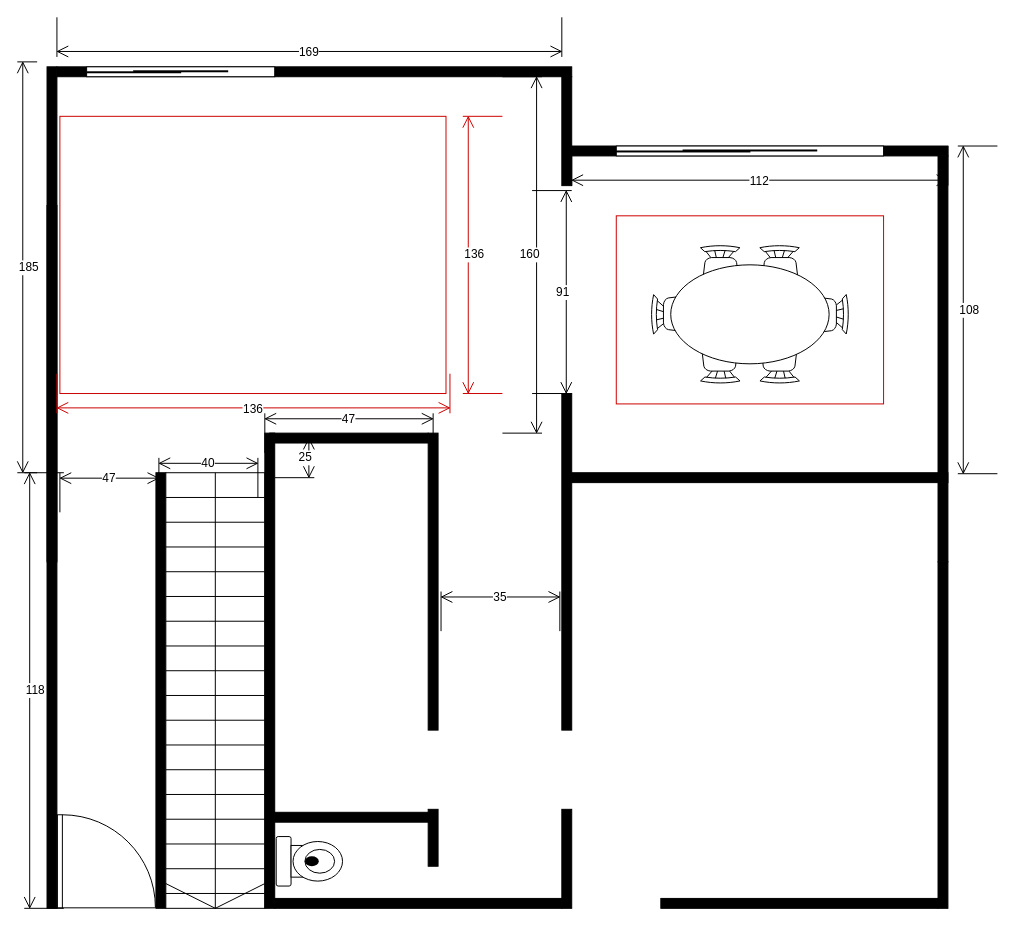
This is Untitled Diagram.drawio from jiangtao7/draw.io, a draw.io file, before an edit. Source tidied: cells renumbered, new cells numbered last; positions are measured from the earlier drawing's top-left corner, leaving out a move shared by most shapes. Both pictures are drawn from the tidied source at 99%, with x=0, y=0 at pixel (-196, 17).
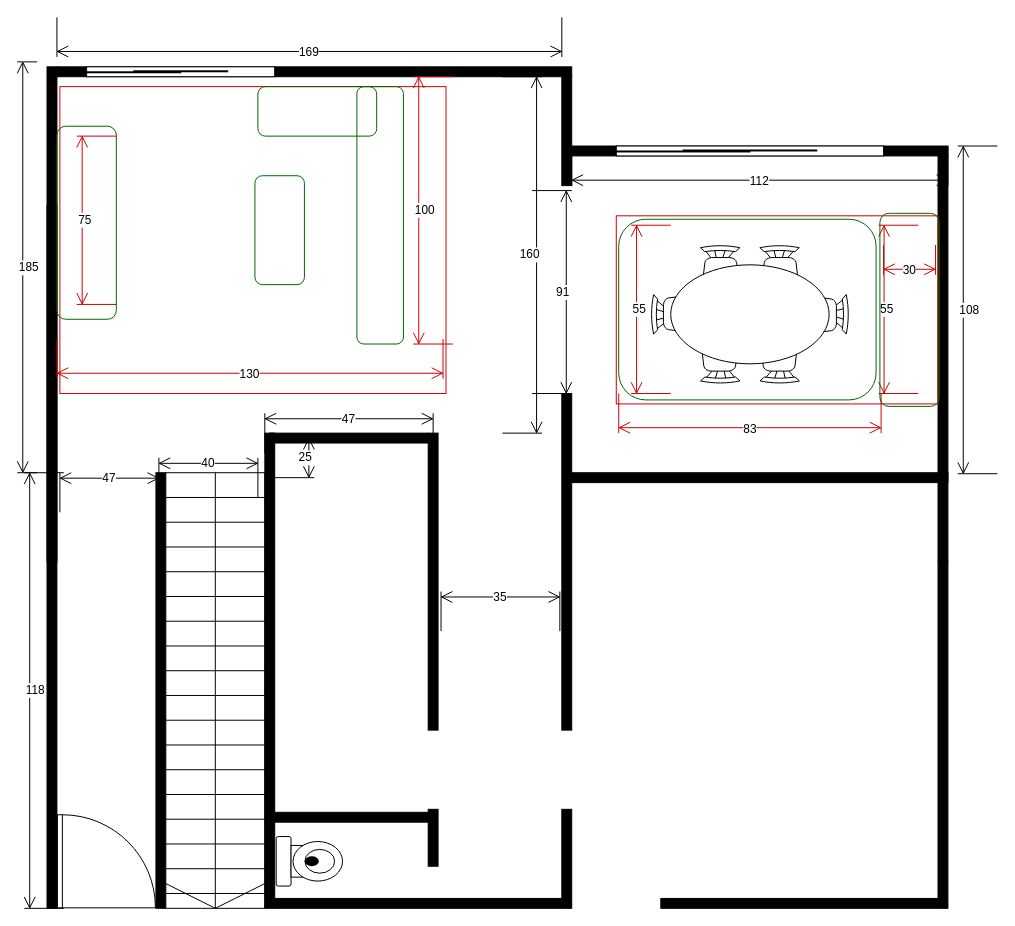
The same page after the edit.

The edit, as a diff of the source:
```diff
@@
     <mxCell id="2" style="rounded=0;whiteSpace=wrap;html=1;fillColor=none;strokeColor=#CC0000;fontColor=#333333;" parent="1" vertex="1">
-      <mxGeometry x="258" y="100" width="390" height="280" as="geometry" />
+      <mxGeometry x="258" y="70" width="390" height="310" as="geometry" />
     </mxCell>
@@
-    <mxCell id="45" value="136" style="shape=dimension;whiteSpace=wrap;html=1;align=center;verticalAlign=bottom;spacingBottom=-5;labelBackgroundColor=#ffffff;strokeColor=#CC0000;fillColor=none;" parent="1" vertex="1">
-      <mxGeometry x="255" y="360" width="397" height="40" as="geometry" />
+    <mxCell id="45" value="130" style="shape=dimension;whiteSpace=wrap;html=1;align=center;verticalAlign=bottom;spacingBottom=-5;labelBackgroundColor=#ffffff;strokeColor=#CC0000;fillColor=none;" parent="1" vertex="1">
+      <mxGeometry x="255" y="325" width="390" height="40" as="geometry" />
     </mxCell>
-    <mxCell id="46" value="136" style="shape=dimension;direction=south;whiteSpace=wrap;html=1;align=left;verticalAlign=middle;labelBackgroundColor=#ffffff;strokeColor=#CC0000;fillColor=none;" parent="1" vertex="1">
-      <mxGeometry x="665" y="100" width="40" height="280" as="geometry" />
+    <mxCell id="46" value="100" style="shape=dimension;direction=south;whiteSpace=wrap;html=1;align=left;verticalAlign=middle;labelBackgroundColor=#ffffff;strokeColor=#CC0000;fillColor=none;" parent="1" vertex="1">
+      <mxGeometry x="615" y="60" width="40" height="270" as="geometry" />
     </mxCell>
     <mxCell id="47" style="rounded=0;whiteSpace=wrap;html=1;fillColor=none;strokeColor=#CC0000;fontColor=#333333;" parent="1" vertex="1">
-      <mxGeometry x="820" y="200.5" width="270" height="190" as="geometry" />
+      <mxGeometry x="820" y="200.5" width="325" height="190" as="geometry" />
     </mxCell>
+    <mxCell id="48" value="75" style="shape=dimension;direction=south;whiteSpace=wrap;html=1;align=left;verticalAlign=middle;labelBackgroundColor=#ffffff;strokeColor=#CC0000;fillColor=none;" parent="1" vertex="1">
+      <mxGeometry x="275" y="120" width="40" height="170" as="geometry" />
+    </mxCell>
+    <mxCell id="49" value="83" style="shape=dimension;whiteSpace=wrap;html=1;align=center;verticalAlign=bottom;spacingBottom=-5;labelBackgroundColor=#ffffff;strokeColor=#CC0000;fillColor=none;" parent="1" vertex="1">
+      <mxGeometry x="822.5" y="380" width="265" height="40" as="geometry" />
+    </mxCell>
+    <mxCell id="50" value="55" style="shape=dimension;direction=south;whiteSpace=wrap;html=1;align=left;verticalAlign=middle;labelBackgroundColor=#ffffff;strokeColor=#CC0000;fillColor=none;" parent="1" vertex="1">
+      <mxGeometry x="835" y="210" width="40" height="170" as="geometry" />
+    </mxCell>
+    <mxCell id="51" value="55" style="shape=dimension;direction=south;whiteSpace=wrap;html=1;align=left;verticalAlign=middle;labelBackgroundColor=#ffffff;strokeColor=#CC0000;fillColor=none;" parent="1" vertex="1">
+      <mxGeometry x="1085" y="210" width="40" height="170" as="geometry" />
+    </mxCell>
+    <mxCell id="52" value="30" style="shape=dimension;whiteSpace=wrap;html=1;align=center;verticalAlign=bottom;spacingBottom=-5;labelBackgroundColor=#ffffff;strokeColor=#CC0000;fillColor=none;" parent="1" vertex="1">
+      <mxGeometry x="1090" y="230" width="52.5" height="30" as="geometry" />
+    </mxCell>
+    <mxCell id="53" style="rounded=1;whiteSpace=wrap;html=1;strokeColor=#006600;fillColor=none;" parent="1" vertex="1">
+      <mxGeometry x="458" y="70" width="120" height="50" as="geometry" />
+    </mxCell>
+    <mxCell id="54" style="rounded=1;whiteSpace=wrap;html=1;strokeColor=#006600;fillColor=none;" parent="1" vertex="1">
+      <mxGeometry x="558" y="70" width="47" height="260" as="geometry" />
+    </mxCell>
+    <mxCell id="55" style="rounded=1;whiteSpace=wrap;html=1;strokeColor=#006600;fillColor=none;rotation=-90;" parent="1" vertex="1">
+      <mxGeometry x="425" y="190" width="110" height="50" as="geometry" />
+    </mxCell>
+    <mxCell id="56" style="rounded=1;whiteSpace=wrap;html=1;strokeColor=#006600;fillColor=none;rotation=-90;" parent="1" vertex="1">
+      <mxGeometry x="187.5" y="177.5" width="195" height="60" as="geometry" />
+    </mxCell>
+    <mxCell id="57" style="rounded=1;whiteSpace=wrap;html=1;strokeColor=#006600;fillColor=none;rotation=-90;" parent="1" vertex="1">
+      <mxGeometry x="1018.8" y="265.5" width="195" height="60" as="geometry" />
+    </mxCell>
+    <mxCell id="58" style="rounded=1;whiteSpace=wrap;html=1;strokeColor=#006600;fillColor=none;rotation=-90;" parent="1" vertex="1">
+      <mxGeometry x="861.2" y="165.2" width="182.5" height="260" as="geometry" />
+    </mxCell>
```
